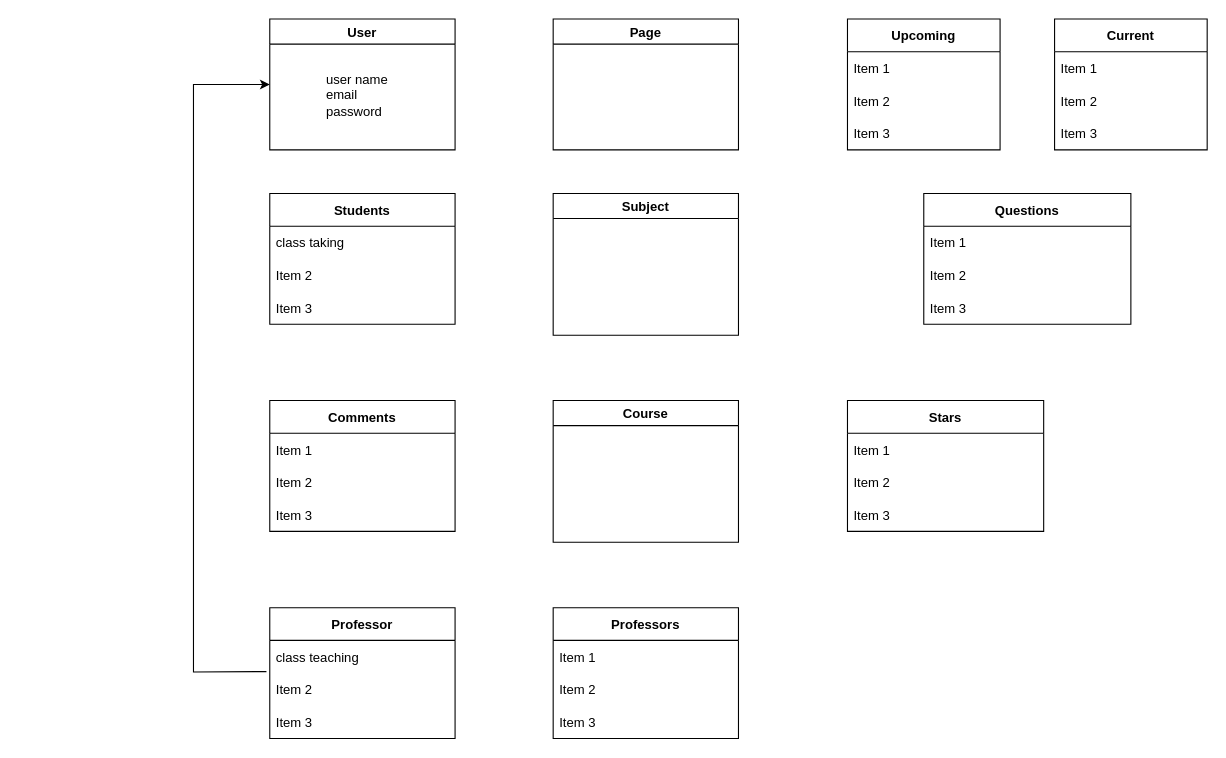
I-Dont-Want-An-F/Project keeps this draw.io diagram as Domain Model.drawio. Above is the earlier version. Source tidied: cells renumbered, new cells numbered last; positions are measured from the earlier drawing's top-left corner, leaving out a move shared by most shapes. Both pictures are drawn from the tidied source at 109%, with x=0, y=0 at pixel (193, 19).
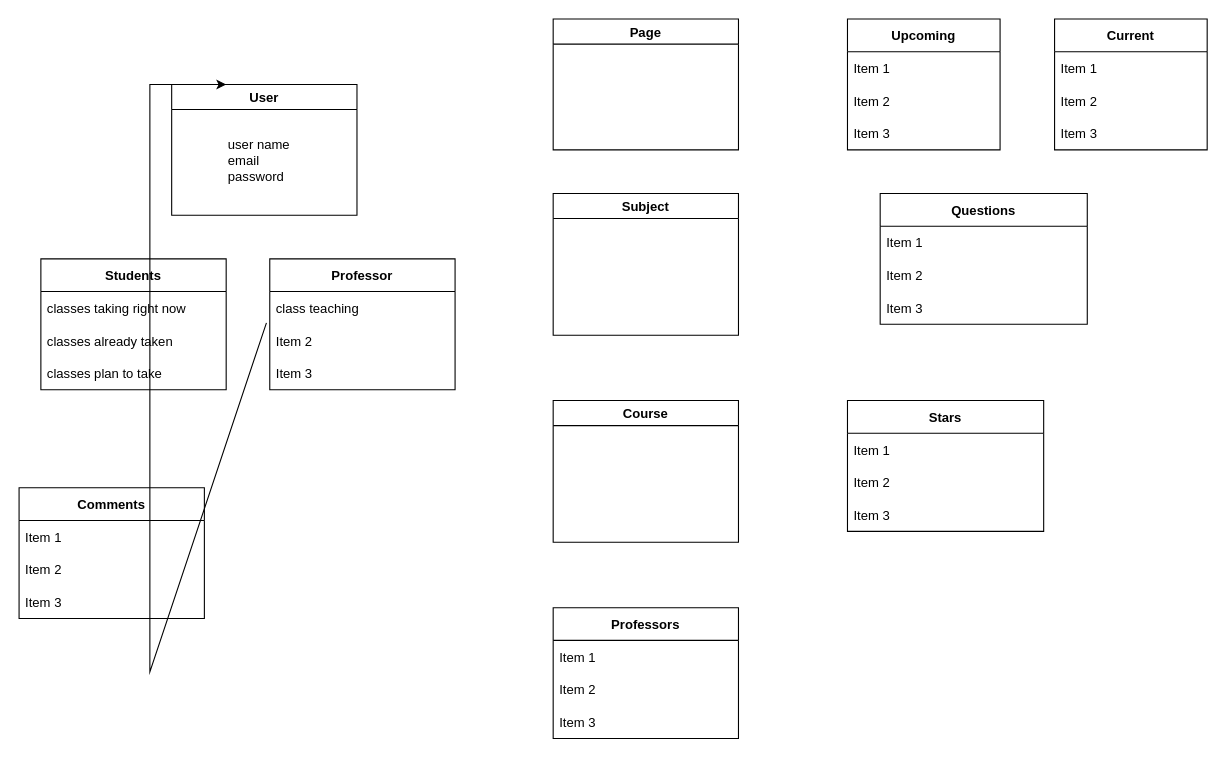
The same diagram, later.

The change refers to these unchanged cells:
```xml
<mxCell id="6" value="Item 2" style="text;strokeColor=none;fillColor=none;align=left;verticalAlign=middle;spacingLeft=4;spacingRight=4;overflow=hidden;points=[[0,0.5],[1,0.5]];portConstraint=eastwest;" parent="4" vertex="1">
  <mxGeometry y="60" width="170" height="30" as="geometry" />
</mxCell>
```

Change to the diagram source:
```diff
@@
     <mxCell id="2" value="User" style="swimlane;" parent="1" vertex="1">
-      <mxGeometry x="70" width="170" height="120" as="geometry" />
+      <mxGeometry x="-20" y="60" width="170" height="120" as="geometry" />
     </mxCell>
@@
     <mxCell id="4" value="Professor" style="swimlane;fontStyle=1;horizontal=1;startSize=30;" parent="1" vertex="1">
-      <mxGeometry x="70" y="540" width="170" height="120" as="geometry" />
+      <mxGeometry x="70" y="220" width="170" height="120" as="geometry" />
     </mxCell>
@@
     <mxCell id="8" value="Students" style="swimlane;fontStyle=1;horizontal=1;startSize=30;" parent="1" vertex="1">
-      <mxGeometry x="70" y="160" width="170" height="120" as="geometry" />
+      <mxGeometry x="-140" y="220" width="170" height="120" as="geometry" />
     </mxCell>
-    <mxCell id="9" value="class taking" style="text;strokeColor=none;fillColor=none;align=left;verticalAlign=middle;spacingLeft=4;spacingRight=4;overflow=hidden;" parent="8" vertex="1">
+    <mxCell id="9" value="classes taking right now" style="text;strokeColor=none;fillColor=none;align=left;verticalAlign=middle;spacingLeft=4;spacingRight=4;overflow=hidden;" parent="8" vertex="1">
       <mxGeometry y="30" width="170" height="30" as="geometry" />
     </mxCell>
-    <mxCell id="10" value="Item 2" style="text;strokeColor=none;fillColor=none;align=left;verticalAlign=middle;spacingLeft=4;spacingRight=4;overflow=hidden;" parent="8" vertex="1">
+    <mxCell id="10" value="classes already taken" style="text;strokeColor=none;fillColor=none;align=left;verticalAlign=middle;spacingLeft=4;spacingRight=4;overflow=hidden;" parent="8" vertex="1">
       <mxGeometry y="60" width="170" height="30" as="geometry" />
     </mxCell>
-    <mxCell id="11" value="Item 3" style="text;strokeColor=none;fillColor=none;align=left;verticalAlign=middle;spacingLeft=4;spacingRight=4;overflow=hidden;" parent="8" vertex="1">
+    <mxCell id="11" value="classes plan to take" style="text;strokeColor=none;fillColor=none;align=left;verticalAlign=middle;spacingLeft=4;spacingRight=4;overflow=hidden;" parent="8" vertex="1">
       <mxGeometry y="90" width="170" height="30" as="geometry" />
     </mxCell>
@@
     <mxCell id="13" value="Comments" style="swimlane;fontStyle=1;horizontal=1;startSize=30;" parent="1" vertex="1">
-      <mxGeometry x="70" y="350" width="170" height="120" as="geometry" />
+      <mxGeometry x="-160" y="430" width="170" height="120" as="geometry" />
     </mxCell>
@@
     <mxCell id="23" value="Questions" style="swimlane;fontStyle=1;horizontal=1;startSize=30;" parent="1" vertex="1">
-      <mxGeometry x="670" y="160" width="190" height="120" as="geometry" />
+      <mxGeometry x="630" y="160" width="190" height="120" as="geometry" />
     </mxCell>
@@
     <mxCell id="39" style="endArrow=classic;html=1;rounded=0;exitX=-0.018;exitY=-0.045;exitDx=0;exitDy=0;exitPerimeter=0;" parent="1" edge="1" source="6">
       <mxGeometry relative="1" as="geometry">
-        <mxPoint x="70" y="60" as="targetPoint" />
+        <mxPoint x="30" y="60" as="targetPoint" />
         <Array as="points">
-          <mxPoint y="599" />
-          <mxPoint y="60" />
+          <mxPoint x="-40" y="599" />
+          <mxPoint x="-40" y="60" />
         </Array>
       </mxGeometry>
     </mxCell>
```
